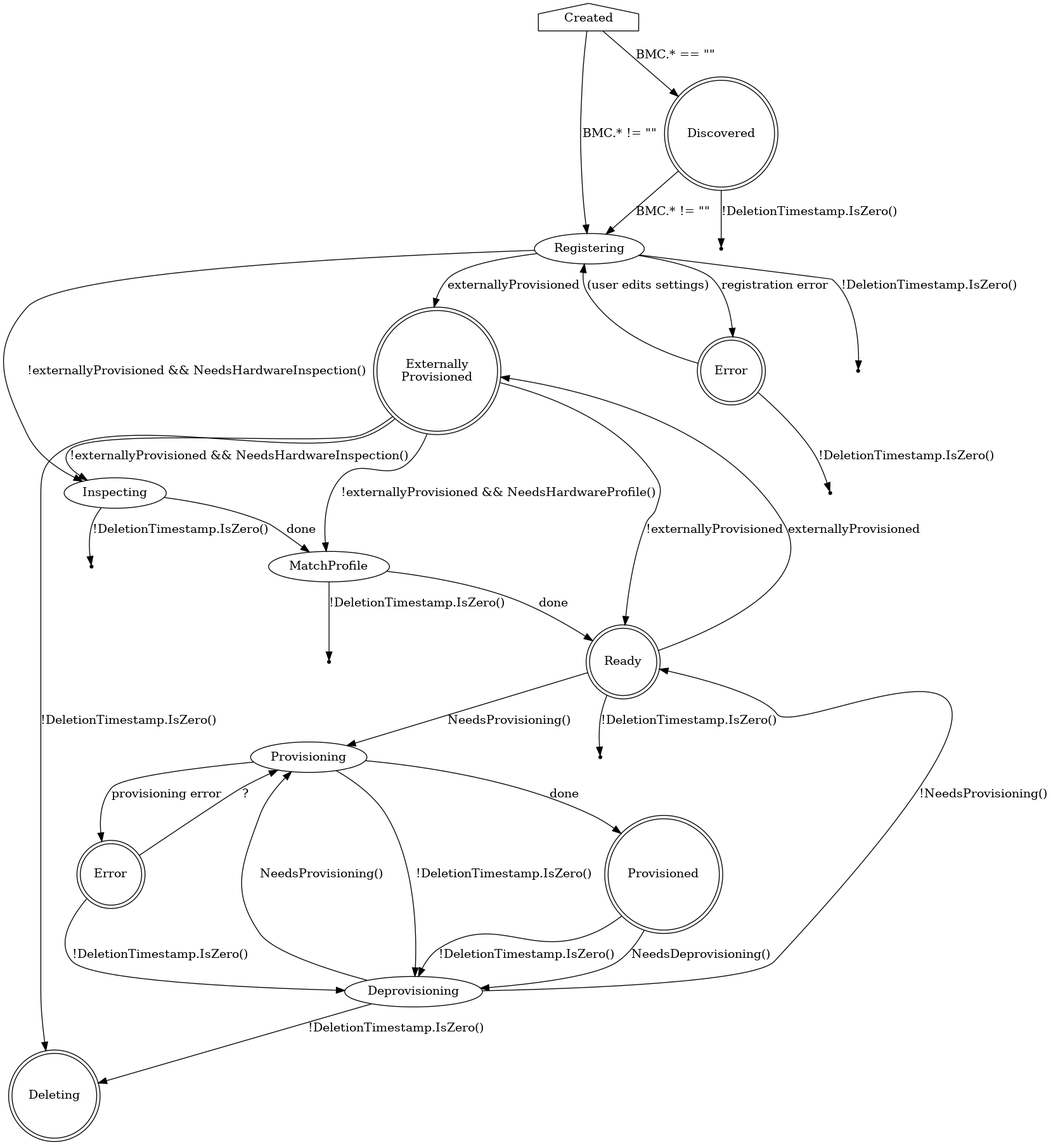
Above: docs/BaremetalHost_ProvisioningState.png in metal3-io/baremetal-operator (Graphviz), before the change. Its source is kept beside it as docs/BaremetalHost_ProvisioningState.dot.
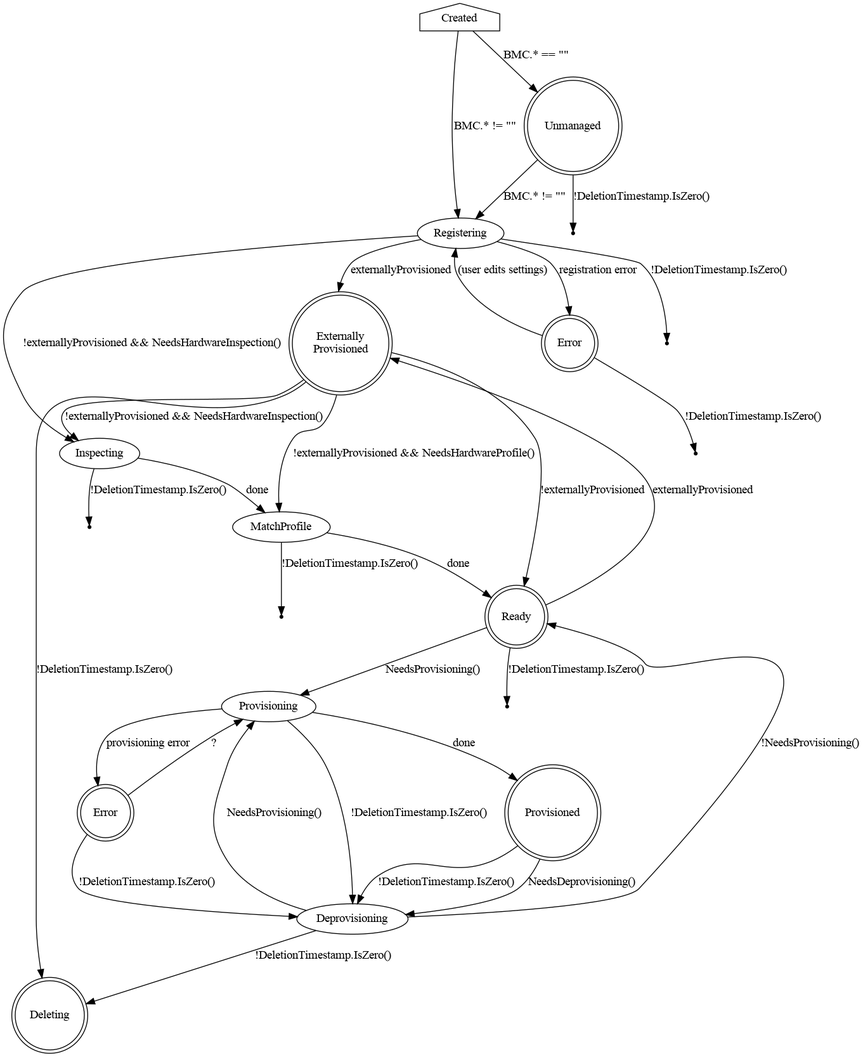
The same diagram one commit later.

Commit message:
Rename "Discovered" state to "Unmanaged" in state diagram

This state isn't actually implemented in the code, so before we
implement it rename it to "Unmanaged". This reflects the fact that what
this state really means is that the Host has been created without
attempting to provide credentials. That may have transpired through a
discovery process or some other mechanism.

The edit, as a diff of the source:
```diff
@@ -1,11 +1,11 @@
 digraph BaremetalHost {
     Created [shape=house]
-    Created -> Discovered [label="BMC.* == \"\""]
+    Created -> Unmanaged [label="BMC.* == \"\""]
     Created -> Registering [label="BMC.* != \"\""]
 
-    Discovered [shape=doublecircle]
-    Discovered -> Registering [label="BMC.* != \"\""]
-    Discovered -> Deleting1 [label="!DeletionTimestamp.IsZero()"]
+    Unmanaged [shape=doublecircle]
+    Unmanaged -> Registering [label="BMC.* != \"\""]
+    Unmanaged -> Deleting1 [label="!DeletionTimestamp.IsZero()"]
 
     Deleting1 [shape=point]
 
```
